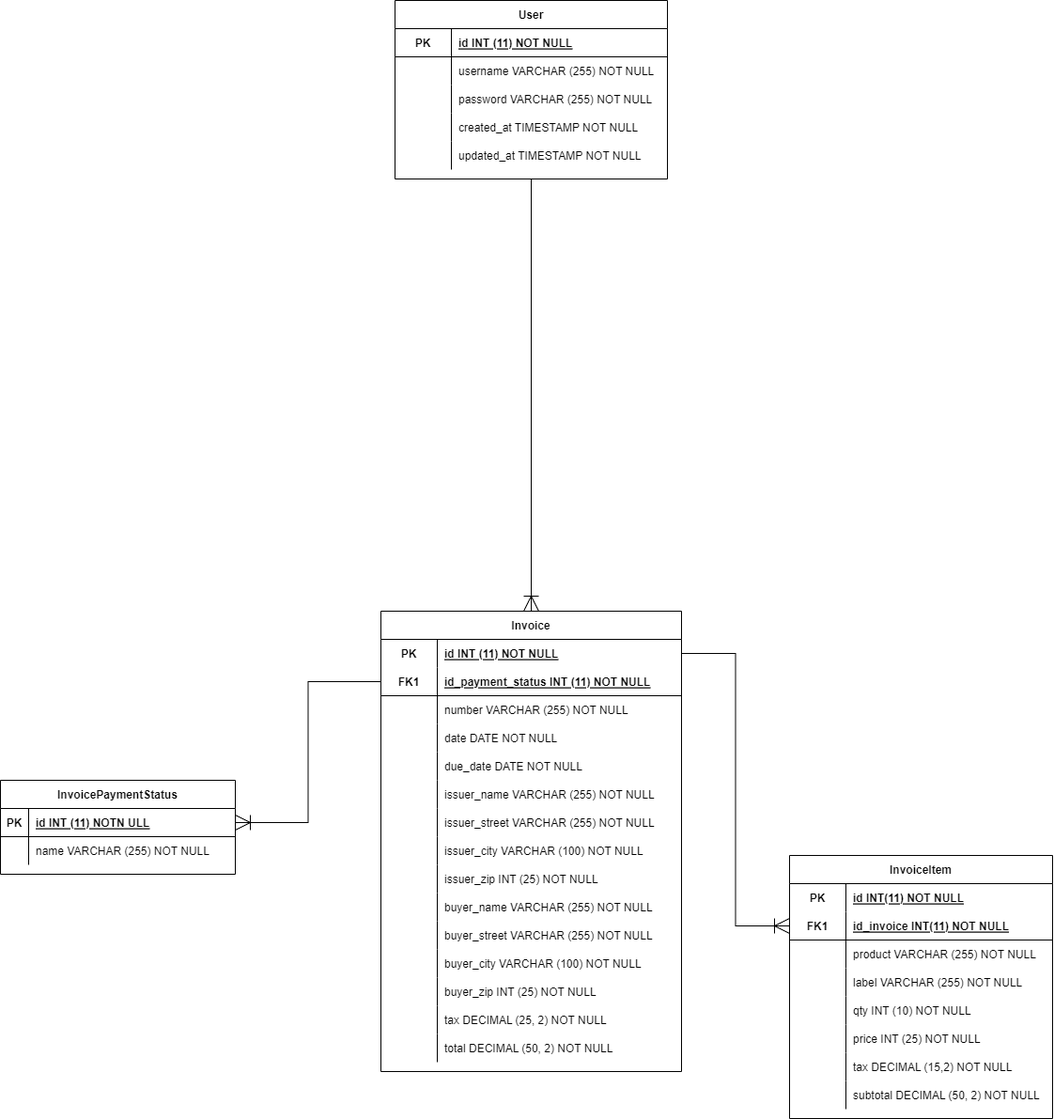
Above: assets/Generate-Invoice-System-ERD.png in Generate-Invoice-System-35/Back-end (draw.io), before the change. Source tidied: cells renumbered, new cells last; positions are measured from the earlier drawing's top-left corner, leaving out a move shared by most shapes.
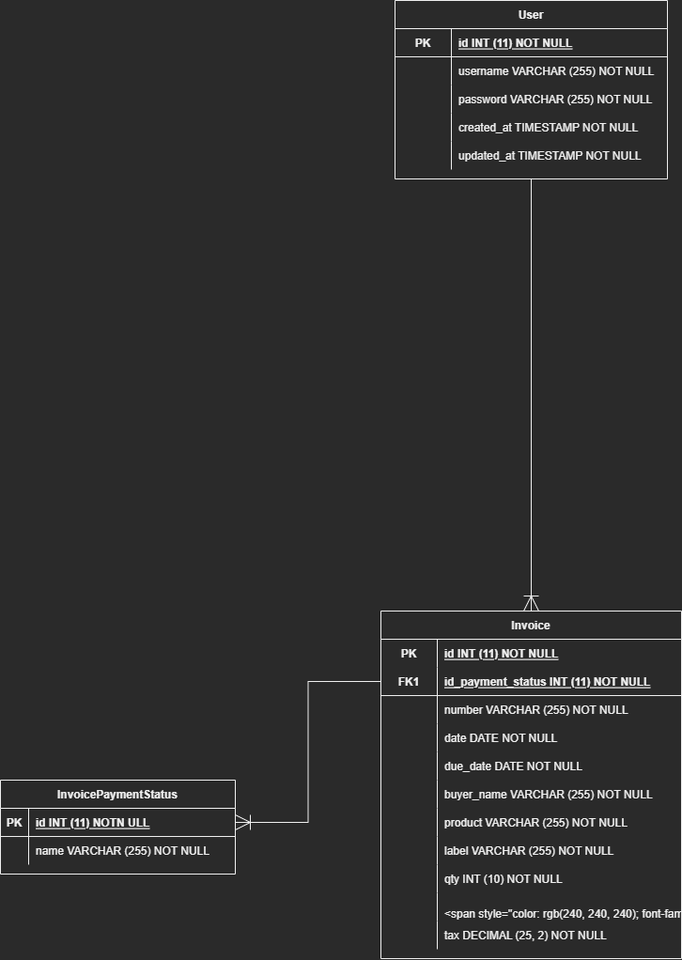
Above is the later version.

Change to the diagram source:
```diff
@@ -51,7 +51,7 @@
       <mxGeometry x="60" width="230" height="30" as="geometry" />
     </mxCell>
     <mxCell id="18" value="Invoice" style="shape=table;startSize=30;rowLines=0;fontStyle=1;align=center;" parent="1" vertex="1">
-      <mxGeometry x="405" y="650" width="320" height="490" as="geometry" />
+      <mxGeometry x="405" y="650" width="320" height="370" as="geometry" />
     </mxCell>
     <mxCell id="19" style="shape=tableRow;horizontal=0;startSize=0;swimlaneHead=0;swimlaneBody=0;fillColor=none;points=[[0,0.5],[1,0.5]];portConstraint=eastwest;top=0;left=0;right=0;bottom=0;" parent="18" vertex="1">
       <mxGeometry y="30" width="320" height="30" as="geometry" />
@@ -104,7 +104,7 @@
     <mxCell id="35" style="shape=partialRectangle;fillColor=none;top=0;left=0;bottom=0;right=0;overflow=hidden;" parent="34" vertex="1">
       <mxGeometry width="60" height="30" as="geometry" />
     </mxCell>
-    <mxCell id="36" value="issuer_name VARCHAR (255) NOT NULL" style="shape=partialRectangle;fillColor=none;top=0;left=0;bottom=0;right=0;align=left;spacingLeft=6;overflow=hidden;" parent="34" vertex="1">
+    <mxCell id="36" value="buyer_name VARCHAR (255) NOT NULL" style="shape=partialRectangle;fillColor=none;top=0;left=0;bottom=0;right=0;align=left;spacingLeft=6;overflow=hidden;" parent="34" vertex="1">
       <mxGeometry x="60" width="260" height="30" as="geometry" />
     </mxCell>
     <mxCell id="37" style="shape=tableRow;horizontal=0;startSize=0;swimlaneHead=0;swimlaneBody=0;fillColor=none;top=0;left=0;right=0;bottom=0;" parent="18" vertex="1">
@@ -113,7 +113,7 @@
     <mxCell id="38" style="shape=partialRectangle;fillColor=none;top=0;left=0;bottom=0;right=0;overflow=hidden;" parent="37" vertex="1">
       <mxGeometry width="60" height="30" as="geometry" />
     </mxCell>
-    <mxCell id="39" value="issuer_street VARCHAR (255) NOT NULL" style="shape=partialRectangle;fillColor=none;top=0;left=0;bottom=0;right=0;align=left;spacingLeft=6;overflow=hidden;" parent="37" vertex="1">
+    <mxCell id="39" value="product VARCHAR (255) NOT NULL" style="shape=partialRectangle;fillColor=none;top=0;left=0;bottom=0;right=0;align=left;spacingLeft=6;overflow=hidden;" parent="37" vertex="1">
       <mxGeometry x="60" width="260" height="30" as="geometry" />
     </mxCell>
     <mxCell id="40" style="shape=tableRow;horizontal=0;startSize=0;swimlaneHead=0;swimlaneBody=0;fillColor=none;top=0;left=0;right=0;bottom=0;" parent="18" vertex="1">
@@ -122,7 +122,7 @@
     <mxCell id="41" style="shape=partialRectangle;fillColor=none;top=0;left=0;bottom=0;right=0;overflow=hidden;" parent="40" vertex="1">
       <mxGeometry width="60" height="30" as="geometry" />
     </mxCell>
-    <mxCell id="42" value="issuer_city VARCHAR (100) NOT NULL" style="shape=partialRectangle;fillColor=none;top=0;left=0;bottom=0;right=0;align=left;spacingLeft=6;overflow=hidden;" parent="40" vertex="1">
+    <mxCell id="42" value="label VARCHAR (255) NOT NULL" style="shape=partialRectangle;fillColor=none;top=0;left=0;bottom=0;right=0;align=left;spacingLeft=6;overflow=hidden;" parent="40" vertex="1">
       <mxGeometry x="60" width="260" height="30" as="geometry" />
     </mxCell>
     <mxCell id="43" style="shape=tableRow;horizontal=0;startSize=0;swimlaneHead=0;swimlaneBody=0;fillColor=none;top=0;left=0;right=0;bottom=0;" parent="18" vertex="1">
@@ -131,7 +131,7 @@
     <mxCell id="44" style="shape=partialRectangle;fillColor=none;top=0;left=0;bottom=0;right=0;overflow=hidden;" parent="43" vertex="1">
       <mxGeometry width="60" height="30" as="geometry" />
     </mxCell>
-    <mxCell id="45" value="issuer_zip INT (25) NOT NULL" style="shape=partialRectangle;fillColor=none;top=0;left=0;bottom=0;right=0;align=left;spacingLeft=6;overflow=hidden;" parent="43" vertex="1">
+    <mxCell id="45" value="qty INT (10) NOT NULL" style="shape=partialRectangle;fillColor=none;top=0;left=0;bottom=0;right=0;align=left;spacingLeft=6;overflow=hidden;" parent="43" vertex="1">
       <mxGeometry x="60" width="260" height="30" as="geometry" />
     </mxCell>
     <mxCell id="46" style="shape=tableRow;horizontal=0;startSize=0;swimlaneHead=0;swimlaneBody=0;fillColor=none;top=0;left=0;right=0;bottom=0;" parent="18" vertex="1">
@@ -140,7 +140,7 @@
     <mxCell id="47" style="shape=partialRectangle;fillColor=none;top=0;left=0;bottom=0;right=0;overflow=hidden;" parent="46" vertex="1">
       <mxGeometry width="60" height="30" as="geometry" />
     </mxCell>
-    <mxCell id="48" value="buyer_name VARCHAR (255) NOT NULL" style="shape=partialRectangle;fillColor=none;top=0;left=0;bottom=0;right=0;align=left;spacingLeft=6;overflow=hidden;" parent="46" vertex="1">
+    <mxCell id="48" value="&#10;&lt;span style=&quot;color: rgb(240, 240, 240); font-family: Helvetica; font-size: 12px; font-style: normal; font-variant-ligatures: normal; font-variant-caps: normal; font-weight: 400; letter-spacing: normal; orphans: 2; text-align: left; text-indent: 0px; text-transform: none; widows: 2; word-spacing: 0px; -webkit-text-stroke-width: 0px; background-color: rgb(42, 42, 42); text-decoration-thickness: initial; text-decoration-style: initial; text-decoration-color: initial; float: none; display: inline !important;&quot;&gt;price INT (25) NOT NULL&lt;/span&gt;&#10;&#10;" style="shape=partialRectangle;fillColor=none;top=0;left=0;bottom=0;right=0;align=left;spacingLeft=6;overflow=hidden;" parent="46" vertex="1">
       <mxGeometry x="60" width="260" height="30" as="geometry" />
     </mxCell>
     <mxCell id="49" style="shape=tableRow;horizontal=0;startSize=0;swimlaneHead=0;swimlaneBody=0;fillColor=none;top=0;left=0;right=0;bottom=0;" parent="18" vertex="1">
@@ -149,149 +149,35 @@
     <mxCell id="50" style="shape=partialRectangle;fillColor=none;top=0;left=0;bottom=0;right=0;overflow=hidden;" parent="49" vertex="1">
       <mxGeometry width="60" height="30" as="geometry" />
     </mxCell>
-    <mxCell id="51" value="buyer_street VARCHAR (255) NOT NULL" style="shape=partialRectangle;fillColor=none;top=0;left=0;bottom=0;right=0;align=left;spacingLeft=6;overflow=hidden;" parent="49" vertex="1">
+    <mxCell id="51" value="tax DECIMAL (25, 2) NOT NULL" style="shape=partialRectangle;fillColor=none;top=0;left=0;bottom=0;right=0;align=left;spacingLeft=6;overflow=hidden;" parent="49" vertex="1">
       <mxGeometry x="60" width="260" height="30" as="geometry" />
     </mxCell>
-    <mxCell id="52" style="shape=tableRow;horizontal=0;startSize=0;swimlaneHead=0;swimlaneBody=0;fillColor=none;top=0;left=0;right=0;bottom=0;" parent="18" vertex="1">
-      <mxGeometry y="360" width="320" height="30" as="geometry" />
+    <mxCell id="52" value="InvoicePaymentStatus" style="shape=table;startSize=30;rowLines=0;fontStyle=1;align=center;" parent="1" vertex="1">
+      <mxGeometry y="830" width="250" height="100" as="geometry" />
     </mxCell>
-    <mxCell id="53" style="shape=partialRectangle;fillColor=none;top=0;left=0;bottom=0;right=0;overflow=hidden;" parent="52" vertex="1">
-      <mxGeometry width="60" height="30" as="geometry" />
+    <mxCell id="53" style="shape=tableRow;horizontal=0;startSize=0;swimlaneHead=0;swimlaneBody=0;fillColor=none;points=[[0,0.5],[1,0.5]];portConstraint=eastwest;top=0;left=0;right=0;bottom=1;" parent="52" vertex="1">
+      <mxGeometry y="30" width="250" height="30" as="geometry" />
     </mxCell>
-    <mxCell id="54" value="buyer_city VARCHAR (100) NOT NULL" style="shape=partialRectangle;fillColor=none;top=0;left=0;bottom=0;right=0;align=left;spacingLeft=6;overflow=hidden;" parent="52" vertex="1">
-      <mxGeometry x="60" width="260" height="30" as="geometry" />
+    <mxCell id="54" value="PK" style="shape=partialRectangle;fillColor=none;top=0;left=0;bottom=0;right=0;fontStyle=1;overflow=hidden;" parent="53" vertex="1">
+      <mxGeometry width="30" height="30" as="geometry" />
     </mxCell>
-    <mxCell id="55" style="shape=tableRow;horizontal=0;startSize=0;swimlaneHead=0;swimlaneBody=0;fillColor=none;top=0;left=0;right=0;bottom=0;" parent="18" vertex="1">
-      <mxGeometry y="390" width="320" height="30" as="geometry" />
+    <mxCell id="55" value="id INT (11) NOTN ULL" style="shape=partialRectangle;fillColor=none;top=0;left=0;bottom=0;right=0;align=left;spacingLeft=6;fontStyle=5;overflow=hidden;" parent="53" vertex="1">
+      <mxGeometry x="30" width="220" height="30" as="geometry" />
     </mxCell>
-    <mxCell id="56" style="shape=partialRectangle;fillColor=none;top=0;left=0;bottom=0;right=0;overflow=hidden;" parent="55" vertex="1">
-      <mxGeometry width="60" height="30" as="geometry" />
+    <mxCell id="56" style="shape=tableRow;horizontal=0;startSize=0;swimlaneHead=0;swimlaneBody=0;fillColor=none;top=0;left=0;right=0;bottom=0;" parent="52" vertex="1">
+      <mxGeometry y="60" width="250" height="30" as="geometry" />
     </mxCell>
-    <mxCell id="57" value="buyer_zip INT (25) NOT NULL" style="shape=partialRectangle;fillColor=none;top=0;left=0;bottom=0;right=0;align=left;spacingLeft=6;overflow=hidden;" parent="55" vertex="1">
-      <mxGeometry x="60" width="260" height="30" as="geometry" />
+    <mxCell id="57" style="shape=partialRectangle;fillColor=none;top=0;left=0;bottom=0;right=0;overflow=hidden;" parent="56" vertex="1">
+      <mxGeometry width="30" height="30" as="geometry" />
     </mxCell>
-    <mxCell id="58" style="shape=tableRow;horizontal=0;startSize=0;swimlaneHead=0;swimlaneBody=0;fillColor=none;top=0;left=0;right=0;bottom=0;" parent="18" vertex="1">
-      <mxGeometry y="420" width="320" height="30" as="geometry" />
+    <mxCell id="58" value="name VARCHAR (255) NOT NULL" style="shape=partialRectangle;fillColor=none;top=0;left=0;bottom=0;right=0;align=left;spacingLeft=6;overflow=hidden;" parent="56" vertex="1">
+      <mxGeometry x="30" width="220" height="30" as="geometry" />
     </mxCell>
-    <mxCell id="59" style="shape=partialRectangle;fillColor=none;top=0;left=0;bottom=0;right=0;overflow=hidden;" parent="58" vertex="1">
-      <mxGeometry width="60" height="30" as="geometry" />
+    <mxCell id="59" style="edgeStyle=orthogonalEdgeStyle;fontSize=12;html=1;endArrow=ERoneToMany;rounded=0;startSize=14;endSize=14;sourcePerimeterSpacing=8;targetPerimeterSpacing=8;exitX=0;exitY=0.5;exitDx=0;exitDy=0;entryX=1;entryY=0.5;entryDx=0;entryDy=0;" parent="1" edge="1" source="22" target="53">
+      <mxGeometry relative="1" as="geometry" />
     </mxCell>
-    <mxCell id="60" value="tax DECIMAL (25, 2) NOT NULL" style="shape=partialRectangle;fillColor=none;top=0;left=0;bottom=0;right=0;align=left;spacingLeft=6;overflow=hidden;" parent="58" vertex="1">
-      <mxGeometry x="60" width="260" height="30" as="geometry" />
+    <mxCell id="60" style="fontSize=12;html=1;endArrow=ERoneToMany;rounded=0;startSize=14;endSize=14;sourcePerimeterSpacing=8;targetPerimeterSpacing=8;exitX=0.5;exitY=1;exitDx=0;exitDy=0;entryX=0.5;entryY=0;entryDx=0;entryDy=0;edgeStyle=orthogonalEdgeStyle;" parent="1" edge="1" source="2" target="18">
+      <mxGeometry relative="1" as="geometry" />
     </mxCell>
-    <mxCell id="61" style="shape=tableRow;horizontal=0;startSize=0;swimlaneHead=0;swimlaneBody=0;fillColor=none;top=0;left=0;right=0;bottom=0;" parent="18" vertex="1">
-      <mxGeometry y="450" width="320" height="30" as="geometry" />
-    </mxCell>
-    <mxCell id="62" style="shape=partialRectangle;fillColor=none;top=0;left=0;bottom=0;right=0;overflow=hidden;" parent="61" vertex="1">
-      <mxGeometry width="60" height="30" as="geometry" />
-    </mxCell>
-    <mxCell id="63" value="total DECIMAL (50, 2) NOT NULL" style="shape=partialRectangle;fillColor=none;top=0;left=0;bottom=0;right=0;align=left;spacingLeft=6;overflow=hidden;" parent="61" vertex="1">
-      <mxGeometry x="60" width="260" height="30" as="geometry" />
-    </mxCell>
-    <mxCell id="64" value="InvoicePaymentStatus" style="shape=table;startSize=30;rowLines=0;fontStyle=1;align=center;" parent="1" vertex="1">
-      <mxGeometry y="830" width="250" height="100" as="geometry" />
-    </mxCell>
-    <mxCell id="65" style="shape=tableRow;horizontal=0;startSize=0;swimlaneHead=0;swimlaneBody=0;fillColor=none;points=[[0,0.5],[1,0.5]];portConstraint=eastwest;top=0;left=0;right=0;bottom=1;" parent="64" vertex="1">
-      <mxGeometry y="30" width="250" height="30" as="geometry" />
-    </mxCell>
-    <mxCell id="66" value="PK" style="shape=partialRectangle;fillColor=none;top=0;left=0;bottom=0;right=0;fontStyle=1;overflow=hidden;" parent="65" vertex="1">
-      <mxGeometry width="30" height="30" as="geometry" />
-    </mxCell>
-    <mxCell id="67" value="id INT (11) NOTN ULL" style="shape=partialRectangle;fillColor=none;top=0;left=0;bottom=0;right=0;align=left;spacingLeft=6;fontStyle=5;overflow=hidden;" parent="65" vertex="1">
-      <mxGeometry x="30" width="220" height="30" as="geometry" />
-    </mxCell>
-    <mxCell id="68" style="shape=tableRow;horizontal=0;startSize=0;swimlaneHead=0;swimlaneBody=0;fillColor=none;top=0;left=0;right=0;bottom=0;" parent="64" vertex="1">
-      <mxGeometry y="60" width="250" height="30" as="geometry" />
-    </mxCell>
-    <mxCell id="69" style="shape=partialRectangle;fillColor=none;top=0;left=0;bottom=0;right=0;overflow=hidden;" parent="68" vertex="1">
-      <mxGeometry width="30" height="30" as="geometry" />
-    </mxCell>
-    <mxCell id="70" value="name VARCHAR (255) NOT NULL" style="shape=partialRectangle;fillColor=none;top=0;left=0;bottom=0;right=0;align=left;spacingLeft=6;overflow=hidden;" parent="68" vertex="1">
-      <mxGeometry x="30" width="220" height="30" as="geometry" />
-    </mxCell>
-    <mxCell id="71" style="edgeStyle=orthogonalEdgeStyle;fontSize=12;html=1;endArrow=ERoneToMany;rounded=0;startSize=14;endSize=14;sourcePerimeterSpacing=8;targetPerimeterSpacing=8;exitX=0;exitY=0.5;exitDx=0;exitDy=0;entryX=1;entryY=0.5;entryDx=0;entryDy=0;" parent="1" edge="1" source="22" target="65">
-      <mxGeometry relative="1" as="geometry" />
-    </mxCell>
-    <mxCell id="72" style="fontSize=12;html=1;endArrow=ERoneToMany;rounded=0;startSize=14;endSize=14;sourcePerimeterSpacing=8;targetPerimeterSpacing=8;exitX=0.5;exitY=1;exitDx=0;exitDy=0;entryX=0.5;entryY=0;entryDx=0;entryDy=0;edgeStyle=orthogonalEdgeStyle;" parent="1" edge="1" source="2" target="18">
-      <mxGeometry relative="1" as="geometry" />
-    </mxCell>
-    <mxCell id="73" style="edgeStyle=orthogonalEdgeStyle;fontSize=12;html=1;endArrow=ERoneToMany;rounded=0;startSize=14;endSize=14;sourcePerimeterSpacing=8;targetPerimeterSpacing=8;exitX=1;exitY=0.5;exitDx=0;exitDy=0;entryX=0;entryY=0.5;entryDx=0;entryDy=0;" parent="1" edge="1" source="19" target="78">
-      <mxGeometry relative="1" as="geometry" />
-    </mxCell>
-    <mxCell id="74" value="InvoiceItem" style="shape=table;startSize=30;rowLines=0;fontStyle=1;align=center;" parent="1" vertex="1">
-      <mxGeometry x="840" y="910" width="280" height="280" as="geometry" />
-    </mxCell>
-    <mxCell id="75" style="shape=tableRow;horizontal=0;startSize=0;swimlaneHead=0;swimlaneBody=0;fillColor=none;top=0;left=0;right=0;bottom=0;" parent="74" vertex="1">
-      <mxGeometry y="30" width="280" height="30" as="geometry" />
-    </mxCell>
-    <mxCell id="76" value="PK" style="shape=partialRectangle;fillColor=none;top=0;left=0;bottom=0;right=0;fontStyle=1;overflow=hidden;" parent="75" vertex="1">
-      <mxGeometry width="60" height="30" as="geometry" />
-    </mxCell>
-    <mxCell id="77" value="id INT(11) NOT NULL" style="shape=partialRectangle;fillColor=none;top=0;left=0;bottom=0;right=0;align=left;spacingLeft=6;fontStyle=5;overflow=hidden;" parent="75" vertex="1">
-      <mxGeometry x="60" width="220" height="30" as="geometry" />
-    </mxCell>
-    <mxCell id="78" style="shape=tableRow;horizontal=0;startSize=0;swimlaneHead=0;swimlaneBody=0;fillColor=none;points=[[0,0.5],[1,0.5]];portConstraint=eastwest;top=0;left=0;right=0;bottom=1;" parent="74" vertex="1">
-      <mxGeometry y="60" width="280" height="30" as="geometry" />
-    </mxCell>
-    <mxCell id="79" value="FK1" style="shape=partialRectangle;fillColor=none;top=0;left=0;bottom=0;right=0;fontStyle=1;overflow=hidden;" parent="78" vertex="1">
-      <mxGeometry width="60" height="30" as="geometry" />
-    </mxCell>
-    <mxCell id="80" value="id_invoice INT(11) NOT NULL" style="shape=partialRectangle;fillColor=none;top=0;left=0;bottom=0;right=0;align=left;spacingLeft=6;fontStyle=5;overflow=hidden;" parent="78" vertex="1">
-      <mxGeometry x="60" width="220" height="30" as="geometry" />
-    </mxCell>
-    <mxCell id="81" style="shape=tableRow;horizontal=0;startSize=0;swimlaneHead=0;swimlaneBody=0;fillColor=none;top=0;left=0;right=0;bottom=0;" parent="74" vertex="1">
-      <mxGeometry y="90" width="280" height="30" as="geometry" />
-    </mxCell>
-    <mxCell id="82" style="shape=partialRectangle;fillColor=none;top=0;left=0;bottom=0;right=0;overflow=hidden;" parent="81" vertex="1">
-      <mxGeometry width="60" height="30" as="geometry" />
-    </mxCell>
-    <mxCell id="83" value="product VARCHAR (255) NOT NULL" style="shape=partialRectangle;fillColor=none;top=0;left=0;bottom=0;right=0;align=left;spacingLeft=6;overflow=hidden;" parent="81" vertex="1">
-      <mxGeometry x="60" width="220" height="30" as="geometry" />
-    </mxCell>
-    <mxCell id="84" style="shape=tableRow;horizontal=0;startSize=0;swimlaneHead=0;swimlaneBody=0;fillColor=none;top=0;left=0;right=0;bottom=0;" parent="74" vertex="1">
-      <mxGeometry y="120" width="280" height="30" as="geometry" />
-    </mxCell>
-    <mxCell id="85" style="shape=partialRectangle;fillColor=none;top=0;left=0;bottom=0;right=0;overflow=hidden;" parent="84" vertex="1">
-      <mxGeometry width="60" height="30" as="geometry" />
-    </mxCell>
-    <mxCell id="86" value="label VARCHAR (255) NOT NULL" style="shape=partialRectangle;fillColor=none;top=0;left=0;bottom=0;right=0;align=left;spacingLeft=6;overflow=hidden;" parent="84" vertex="1">
-      <mxGeometry x="60" width="220" height="30" as="geometry" />
-    </mxCell>
-    <mxCell id="87" style="shape=tableRow;horizontal=0;startSize=0;swimlaneHead=0;swimlaneBody=0;fillColor=none;top=0;left=0;right=0;bottom=0;" parent="74" vertex="1">
-      <mxGeometry y="150" width="280" height="30" as="geometry" />
-    </mxCell>
-    <mxCell id="88" style="shape=partialRectangle;fillColor=none;top=0;left=0;bottom=0;right=0;overflow=hidden;" parent="87" vertex="1">
-      <mxGeometry width="60" height="30" as="geometry" />
-    </mxCell>
-    <mxCell id="89" value="qty INT (10) NOT NULL" style="shape=partialRectangle;fillColor=none;top=0;left=0;bottom=0;right=0;align=left;spacingLeft=6;overflow=hidden;" parent="87" vertex="1">
-      <mxGeometry x="60" width="220" height="30" as="geometry" />
-    </mxCell>
-    <mxCell id="90" style="shape=tableRow;horizontal=0;startSize=0;swimlaneHead=0;swimlaneBody=0;fillColor=none;top=0;left=0;right=0;bottom=0;" parent="74" vertex="1">
-      <mxGeometry y="180" width="280" height="30" as="geometry" />
-    </mxCell>
-    <mxCell id="91" style="shape=partialRectangle;fillColor=none;top=0;left=0;bottom=0;right=0;overflow=hidden;" parent="90" vertex="1">
-      <mxGeometry width="60" height="30" as="geometry" />
-    </mxCell>
-    <mxCell id="92" value="price INT (25) NOT NULL" style="shape=partialRectangle;fillColor=none;top=0;left=0;bottom=0;right=0;align=left;spacingLeft=6;overflow=hidden;" parent="90" vertex="1">
-      <mxGeometry x="60" width="220" height="30" as="geometry" />
-    </mxCell>
-    <mxCell id="93" style="shape=tableRow;horizontal=0;startSize=0;swimlaneHead=0;swimlaneBody=0;fillColor=none;top=0;left=0;right=0;bottom=0;" parent="74" vertex="1">
-      <mxGeometry y="210" width="280" height="30" as="geometry" />
-    </mxCell>
-    <mxCell id="94" style="shape=partialRectangle;fillColor=none;top=0;left=0;bottom=0;right=0;overflow=hidden;" parent="93" vertex="1">
-      <mxGeometry width="60" height="30" as="geometry" />
-    </mxCell>
-    <mxCell id="95" value="tax DECIMAL (15,2) NOT NULL" style="shape=partialRectangle;fillColor=none;top=0;left=0;bottom=0;right=0;align=left;spacingLeft=6;overflow=hidden;" parent="93" vertex="1">
-      <mxGeometry x="60" width="220" height="30" as="geometry" />
-    </mxCell>
-    <mxCell id="96" style="shape=tableRow;horizontal=0;startSize=0;swimlaneHead=0;swimlaneBody=0;fillColor=none;top=0;left=0;right=0;bottom=0;" parent="74" vertex="1">
-      <mxGeometry y="240" width="280" height="30" as="geometry" />
-    </mxCell>
-    <mxCell id="97" style="shape=partialRectangle;fillColor=none;top=0;left=0;bottom=0;right=0;overflow=hidden;" parent="96" vertex="1">
-      <mxGeometry width="60" height="30" as="geometry" />
-    </mxCell>
-    <mxCell id="98" value="subtotal DECIMAL (50, 2) NOT NULL" style="shape=partialRectangle;fillColor=none;top=0;left=0;bottom=0;right=0;align=left;spacingLeft=6;overflow=hidden;" parent="96" vertex="1">
-      <mxGeometry x="60" width="220" height="30" as="geometry" />
-    </mxCell>
   </root>
 </mxGraphModel>
```
